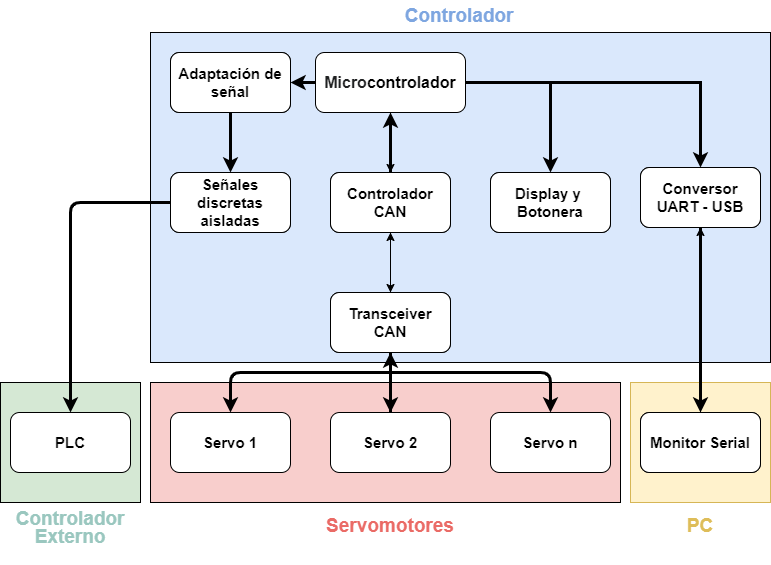
This is Figures/Arquitectura_SE.png from jorgetrumbel/Plantilla-memoria, a draw.io export, as it was before one commit. Source tidied: cells renumbered, new cells last; positions are measured from the earlier drawing's top-left corner, leaving out a move shared by most shapes.
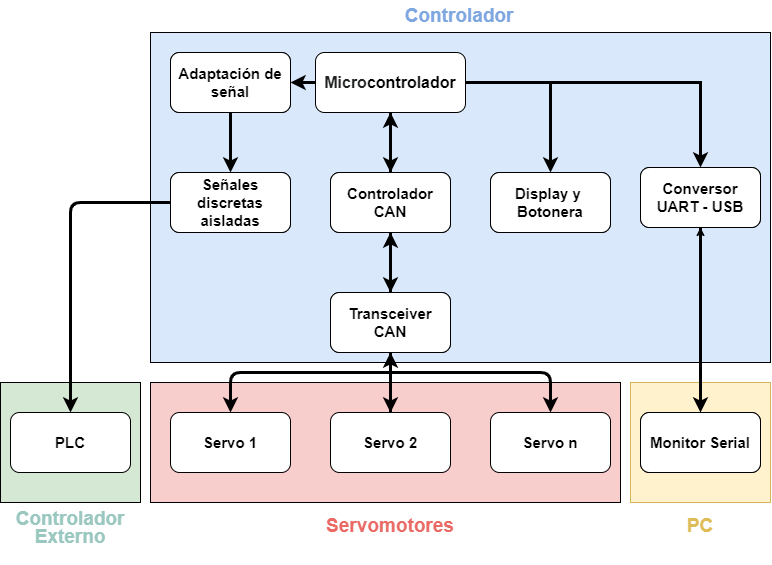
After the commit.

Change to the diagram source:
```diff
@@ -14,7 +14,7 @@
     <mxCell id="5" style="rounded=0;whiteSpace=wrap;html=1;fillColor=#dae8fc;strokeColor=default;" parent="1" vertex="1">
       <mxGeometry x="150" y="30" width="620" height="330" as="geometry" />
     </mxCell>
-    <mxCell id="6" style="edgeStyle=orthogonalEdgeStyle;rounded=0;jettySize=auto;html=1;fontFamily=Times New Roman;entryX=0.5;entryY=0;entryDx=0;entryDy=0;" parent="1" edge="1" source="9" target="11">
+    <mxCell id="6" style="edgeStyle=orthogonalEdgeStyle;rounded=0;jettySize=auto;html=1;fontFamily=Times New Roman;entryX=0.5;entryY=0;entryDx=0;entryDy=0;strokeWidth=3;" parent="1" edge="1" source="9" target="11">
       <mxGeometry relative="1" as="geometry" />
     </mxCell>
     <mxCell id="7" style="edgeStyle=orthogonalEdgeStyle;rounded=0;jettySize=auto;html=1;strokeWidth=3;" parent="1" edge="1" source="9" target="19">
@@ -26,7 +26,7 @@
     <mxCell id="9" value="&lt;font style=&quot;font-size: 15px&quot;&gt;Microcontrolador&lt;/font&gt;" style="rounded=1;whiteSpace=wrap;html=1;fontFamily=Times New Roman;" parent="1" vertex="1">
       <mxGeometry x="330" y="50" width="120" height="60" as="geometry" />
     </mxCell>
-    <mxCell id="10" style="edgeStyle=orthogonalEdgeStyle;rounded=0;jettySize=auto;html=1;exitX=0.5;exitY=1;exitDx=0;exitDy=0;entryX=0.5;entryY=0;entryDx=0;entryDy=0;" parent="1" edge="1" source="11" target="13">
+    <mxCell id="10" style="edgeStyle=orthogonalEdgeStyle;rounded=0;jettySize=auto;html=1;exitX=0.5;exitY=1;exitDx=0;exitDy=0;entryX=0.5;entryY=0;entryDx=0;entryDy=0;strokeWidth=3;" parent="1" edge="1" source="11" target="13">
       <mxGeometry relative="1" as="geometry" />
     </mxCell>
     <mxCell id="11" value="Controlador CAN" style="whiteSpace=wrap;html=1;rounded=1;fontFamily=Times New Roman;fontSize=15;" parent="1" vertex="1">
@@ -85,7 +85,7 @@
     <mxCell id="24" style="endArrow=classic;html=1;fontFamily=Times New Roman;fontSize=15;entryX=0.5;entryY=0;entryDx=0;entryDy=0;exitX=0.5;exitY=1;exitDx=0;exitDy=0;strokeWidth=3;" parent="1" edge="1" source="13" target="14">
       <mxGeometry relative="1" as="geometry" />
     </mxCell>
-    <mxCell id="25" style="endArrow=classic;html=1;fontFamily=Times New Roman;fontSize=15;exitX=0.5;exitY=0;exitDx=0;exitDy=0;entryX=0.5;entryY=1;entryDx=0;entryDy=0;" parent="1" edge="1" source="13" target="11">
+    <mxCell id="25" style="endArrow=classic;html=1;fontFamily=Times New Roman;fontSize=15;exitX=0.5;exitY=0;exitDx=0;exitDy=0;entryX=0.5;entryY=1;entryDx=0;entryDy=0;strokeWidth=3;" parent="1" edge="1" source="13" target="11">
       <mxGeometry relative="1" as="geometry" />
     </mxCell>
     <mxCell id="26" style="endArrow=classic;html=1;fontFamily=Times New Roman;fontSize=15;entryX=0.5;entryY=1;entryDx=0;entryDy=0;exitX=0.5;exitY=0;exitDx=0;exitDy=0;strokeWidth=3;" parent="1" edge="1" source="11" target="9">
```
